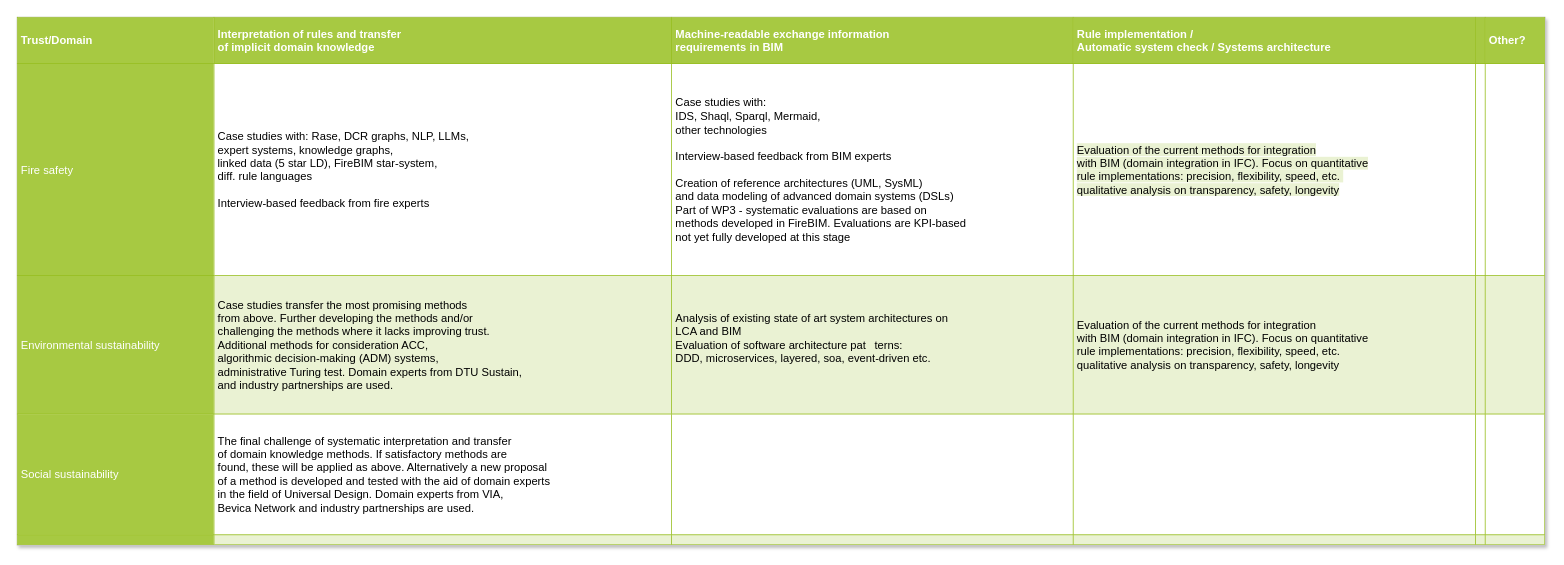
Kristoffernegendahl/fireBIM keeps this draw.io diagram as diagram/Research method table - proposal.drawio. Above is the earlier version. Source tidied: cells renumbered, new cells numbered last; positions are measured from the earlier drawing's top-left corner, leaving out a move shared by most shapes. Both pictures are drawn from the tidied source at 80%, with x=0, y=0 at pixel (17, 17).
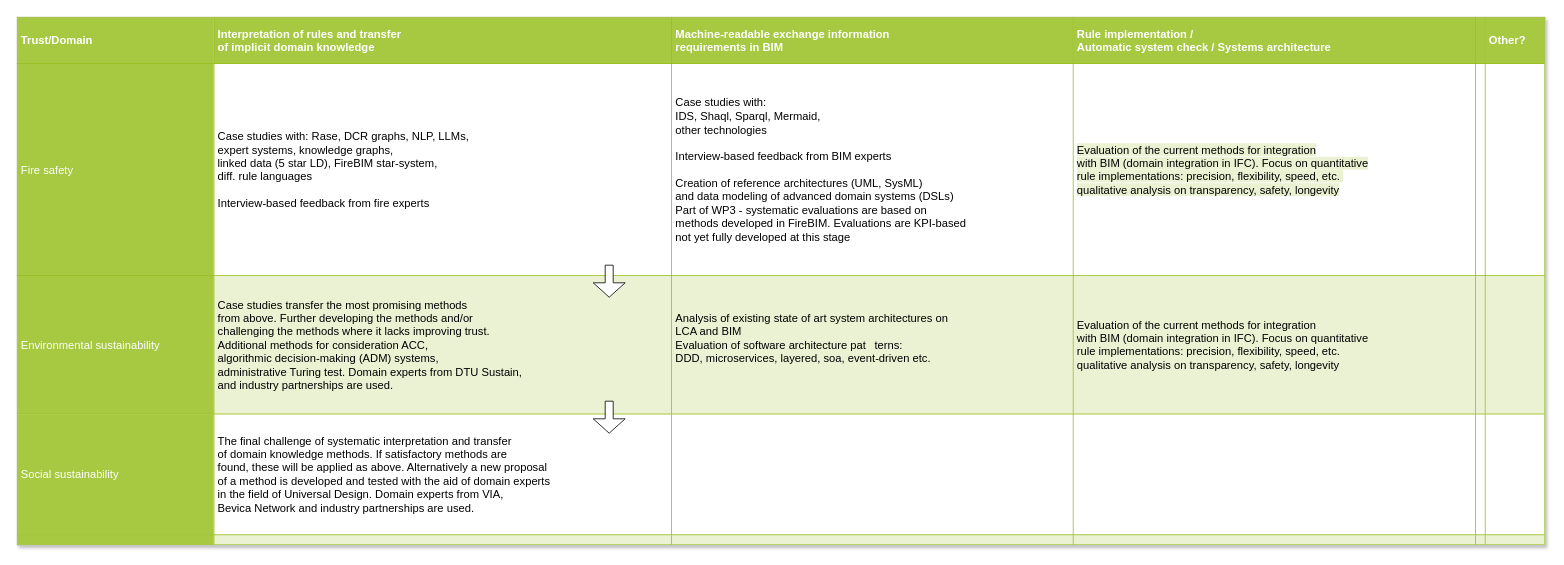
After the change.

Change to the diagram source:
```diff
@@
 <mxGraphModel>
   <root>
     <mxCell id="0" />
     <mxCell id="1" parent="0" />
     <mxCell id="2" value="&lt;table border=&quot;1&quot; width=&quot;100%&quot; cellpadding=&quot;4&quot; style=&quot;width: 100% ; height: 100% ; border-collapse: collapse&quot;&gt;&lt;tbody&gt;&lt;tr style=&quot;background-color: #a7c942 ; color: #ffffff ; border: 1px solid #98bf21&quot;&gt;&lt;th&gt;Trust/Domain&lt;/th&gt;&lt;th&gt;Interpretation of rules and transfer &lt;br&gt;of implicit domain knowledge&lt;/th&gt;&lt;th&gt;Machine-readable exchange information &lt;br&gt;requirements in BIM&lt;/th&gt;&lt;th&gt;Rule implementation / &lt;br&gt;Automatic system check / Systems architecture&lt;/th&gt;&lt;th&gt;&lt;br&gt;&lt;/th&gt;&lt;th&gt;Other?&lt;/th&gt;&lt;/tr&gt;&lt;tr style=&quot;border: 1px solid #98bf21&quot;&gt;&lt;td style=&quot;background-color: #a7c942 ; color: #ffffff ; border: 1px solid #98bf21&quot;&gt;Fire safety&amp;nbsp;&lt;/td&gt;&lt;td&gt;Case studies with: Rase, DCR graphs, NLP, LLMs, &lt;br&gt;expert systems, knowledge graphs, &lt;br&gt;linked data (5 star LD), FireBIM star-system, &lt;br&gt;diff. rule languages&lt;br&gt;&lt;br&gt;Interview-based feedback from fire experts&lt;br&gt;&lt;/td&gt;&lt;td&gt;Case studies with:&lt;br&gt;IDS, Shaql, Sparql, Mermaid, &lt;br&gt;other technologies&amp;nbsp;&lt;br&gt;&lt;br&gt;Interview-based feedback from BIM experts&lt;br&gt;&lt;br&gt;Creation of reference architectures (UML, SysML)&amp;nbsp;&lt;br&gt;and data modeling of advanced domain systems (DSLs)&lt;br&gt;Part of WP3 - systematic evaluations are based on &lt;br&gt;methods developed in FireBIM. Evaluations are KPI-based&lt;br&gt;not yet fully developed at this stage&lt;/td&gt;&lt;td&gt;&lt;span style=&quot;background-color: rgb(234, 242, 211);&quot;&gt;Evaluation of the current methods for integration&lt;/span&gt;&lt;br style=&quot;background-color: rgb(234, 242, 211);&quot;&gt;&lt;span style=&quot;background-color: rgb(234, 242, 211);&quot;&gt;with BIM (domain integration in IFC). Focus on quantitative&lt;/span&gt;&lt;br style=&quot;background-color: rgb(234, 242, 211);&quot;&gt;&lt;span style=&quot;background-color: rgb(234, 242, 211);&quot;&gt;rule implementations: precision, flexibility, speed, etc.&amp;nbsp;&lt;/span&gt;&lt;br style=&quot;background-color: rgb(234, 242, 211);&quot;&gt;&lt;span style=&quot;background-color: rgb(234, 242, 211);&quot;&gt;qualitative analysis on transparency, safety, longevity&lt;/span&gt;&lt;/td&gt;&lt;td&gt;&lt;br&gt;&lt;/td&gt;&lt;td&gt;&lt;br&gt;&lt;/td&gt;&lt;/tr&gt;&lt;tr style=&quot;background-color: #eaf2d3 ; border: 1px solid #98bf21&quot;&gt;&lt;td style=&quot;background-color: #a7c942 ; color: #ffffff ; border: 1px solid #98bf21&quot;&gt;Environmental sustainability&lt;/td&gt;&lt;td&gt;Case studies transfer the most promising methods&amp;nbsp;&lt;br&gt;from above. Further developing the methods and/or &lt;br&gt;challenging the methods where it lacks improving trust.&lt;br&gt;Additional methods for consideration ACC, &lt;br&gt;algorithmic decision-making (ADM) systems,&lt;br&gt;administrative Turing test. Domain experts from DTU Sustain, &lt;br&gt;and industry partnerships are used.&lt;/td&gt;&lt;td&gt;Analysis of existing state of art system architectures on &lt;br&gt;LCA and BIM&lt;br&gt;Evaluation of software architecture pat &lt;span style=&quot;white-space: pre;&quot;&gt;&#9;&lt;/span&gt;terns: &lt;br&gt;DDD, microservices, layered, soa, event-driven etc.&lt;br&gt;&lt;br&gt;&lt;/td&gt;&lt;td&gt;Evaluation of the current methods for integration&lt;br&gt;with BIM (domain integration in IFC). Focus on quantitative&lt;br&gt;rule implementations: precision, flexibility, speed, etc.&amp;nbsp;&lt;br&gt;qualitative analysis on transparency, safety, longevity&lt;/td&gt;&lt;td&gt;&lt;br&gt;&lt;/td&gt;&lt;td&gt;&lt;br&gt;&lt;/td&gt;&lt;/tr&gt;&lt;tr style=&quot;border: 1px solid #98bf21&quot;&gt;&lt;td style=&quot;background-color: #a7c942 ; color: #ffffff ; border: 1px solid #98bf21&quot;&gt;Social sustainability&lt;/td&gt;&lt;td&gt;The final challenge of systematic interpretation and transfer&lt;br&gt;of domain knowledge methods. If satisfactory methods are&lt;br&gt;found, these will be applied as above. Alternatively a new proposal&lt;br&gt;of a method is developed and tested with the aid of domain experts&lt;br&gt;in the field of Universal Design. Domain experts from VIA, &lt;br&gt;Bevica Network and industry partnerships are used.&lt;/td&gt;&lt;td&gt;&lt;/td&gt;&lt;td&gt;&lt;br&gt;&lt;/td&gt;&lt;td&gt;&lt;br&gt;&lt;/td&gt;&lt;td&gt;&lt;br&gt;&lt;/td&gt;&lt;/tr&gt;&lt;tr style=&quot;background-color: #eaf2d3 ; border: 1px solid #98bf21&quot;&gt;&lt;td style=&quot;background-color: #a7c942 ; color: #ffffff ; border: 1px solid #98bf21&quot;&gt;&lt;/td&gt;&lt;td&gt;&lt;/td&gt;&lt;td&gt;&lt;/td&gt;&lt;td&gt;&lt;/td&gt;&lt;td&gt;&lt;/td&gt;&lt;td&gt;&lt;/td&gt;&lt;/tr&gt;&lt;/tbody&gt;&lt;/table&gt;" style="text;html=1;strokeColor=#c0c0c0;fillColor=#ffffff;overflow=fill;rounded=0;shadow=1;fontSize=14;fontColor=#000000;" parent="1" vertex="1">
       <mxGeometry width="1910" height="660" as="geometry" />
     </mxCell>
+    <mxCell id="3" style="shape=singleArrow;direction=south;whiteSpace=wrap;html=1;arrowWidth=0.25;arrowSize=0.45;" parent="1" vertex="1">
+      <mxGeometry x="720" y="310" width="40" height="40" as="geometry" />
+    </mxCell>
+    <mxCell id="4" style="shape=singleArrow;direction=south;whiteSpace=wrap;html=1;arrowWidth=0.25;arrowSize=0.45;" parent="1" vertex="1">
+      <mxGeometry x="720" y="480" width="40" height="40" as="geometry" />
+    </mxCell>
   </root>
 </mxGraphModel>
```
